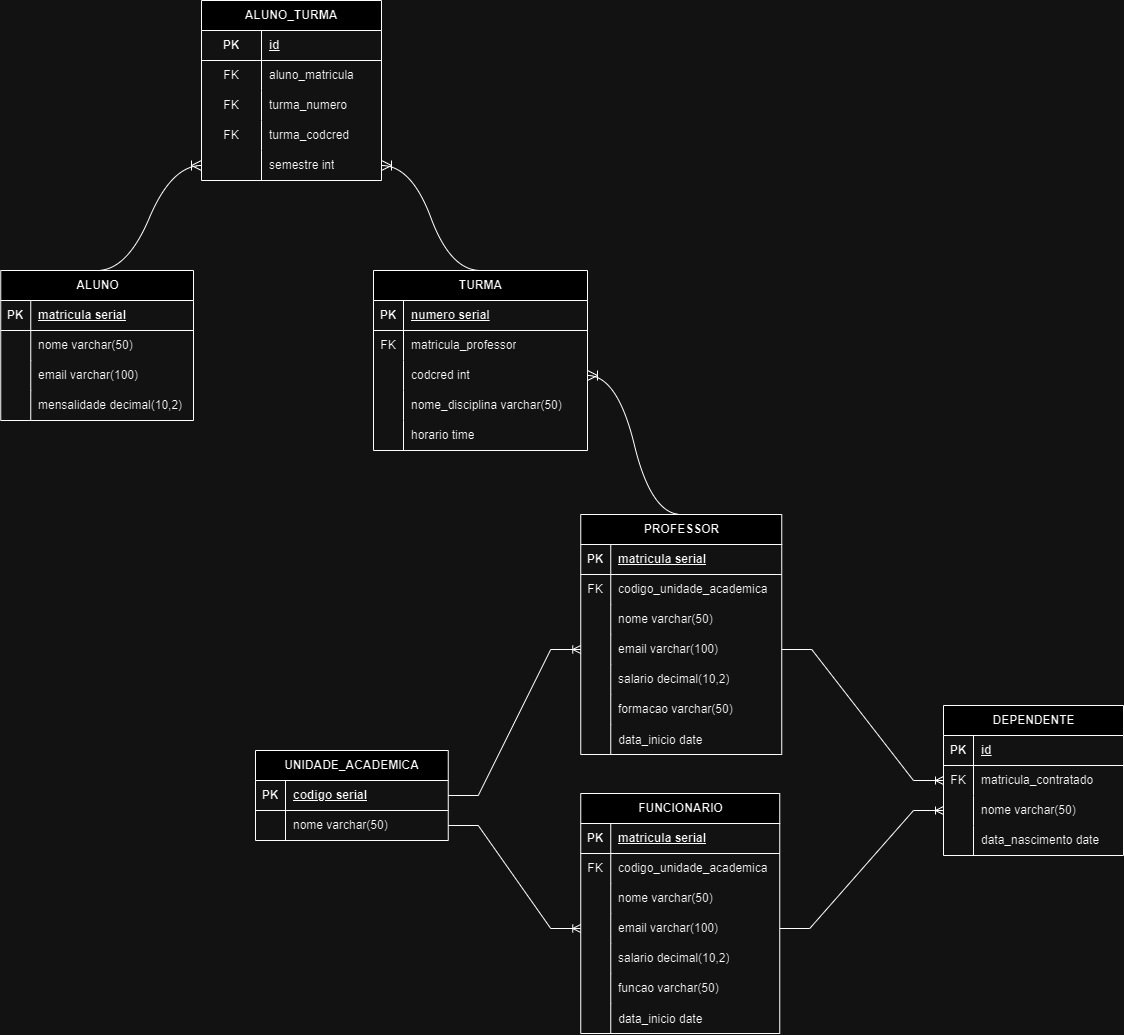
Above: Banco de dados/MER.png in igorosilva/projetos-ada (draw.io), before the change. Source tidied: cells renumbered, new cells last; positions are measured from the earlier drawing's top-left corner, leaving out a move shared by most shapes.
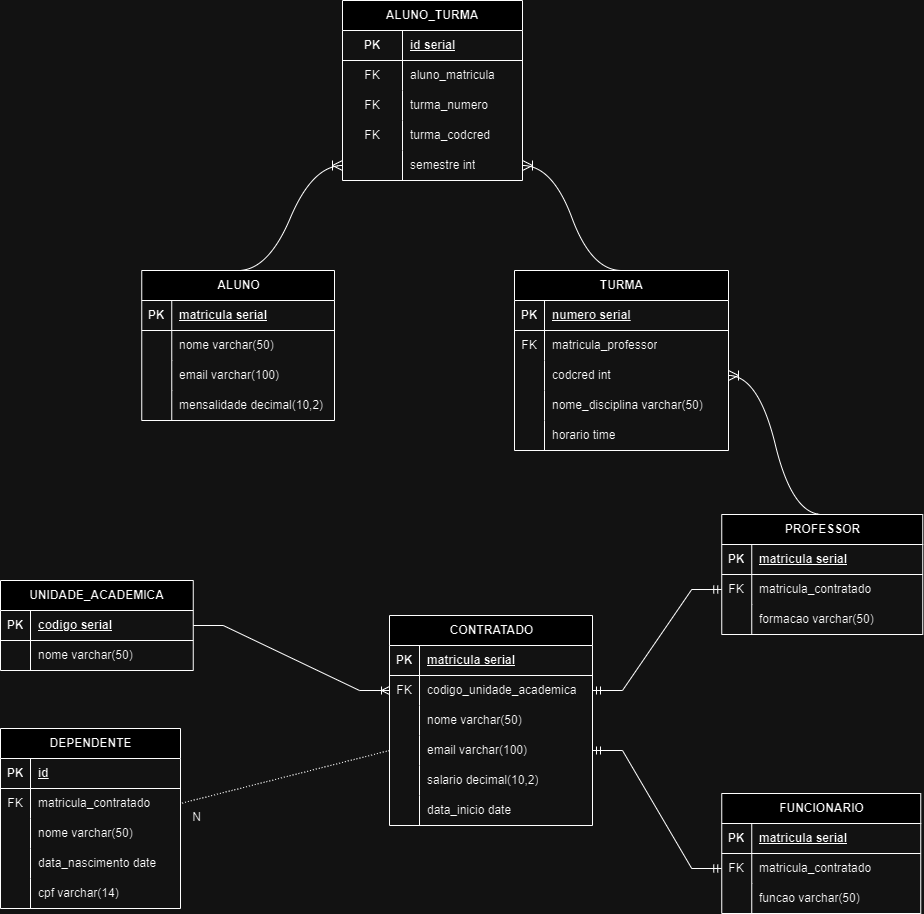
The same diagram one commit later.

The edit, as a diff of the source:
```diff
@@ -44,3 +44,3 @@
     <mxCell id="15" value="PROFESSOR" style="shape=table;startSize=30;rowLines=0;fontStyle=1;align=center;html=1;" parent="1" vertex="1">
-      <mxGeometry x="580.2" y="514" width="201" height="240" as="geometry" />
+      <mxGeometry x="580.2" y="514" width="201" height="120" as="geometry" />
     </mxCell>
@@ -61,34 +61,7 @@
     </mxCell>
-    <mxCell id="21" value="codigo_unidade_academica" style="shape=partialRectangle;fillColor=none;top=0;left=0;bottom=0;right=0;align=left;spacingLeft=6;fontStyle=0;overflow=hidden;whiteSpace=wrap;html=1;" parent="19" vertex="1">
+    <mxCell id="21" value="matricula_contratado" style="shape=partialRectangle;fillColor=none;top=0;left=0;bottom=0;right=0;align=left;spacingLeft=6;fontStyle=0;overflow=hidden;whiteSpace=wrap;html=1;" parent="19" vertex="1">
       <mxGeometry x="30" width="171" height="30" as="geometry" />
     </mxCell>
-    <mxCell id="22" style="shape=tableRow;horizontal=0;startSize=0;swimlaneHead=0;swimlaneBody=0;fillColor=none;top=0;left=0;right=0;bottom=0;" parent="15" vertex="1">
-      <mxGeometry y="90" width="201" height="30" as="geometry" />
-    </mxCell>
-    <mxCell id="23" style="shape=partialRectangle;fillColor=none;top=0;left=0;bottom=0;right=0;overflow=hidden;whiteSpace=wrap;html=1;" parent="22" vertex="1">
-      <mxGeometry width="30" height="30" as="geometry" />
-    </mxCell>
-    <mxCell id="24" value="nome varchar(50)" style="shape=partialRectangle;fillColor=none;top=0;left=0;bottom=0;right=0;align=left;spacingLeft=6;overflow=hidden;whiteSpace=wrap;html=1;" parent="22" vertex="1">
-      <mxGeometry x="30" width="171" height="30" as="geometry" />
-    </mxCell>
-    <mxCell id="25" style="shape=tableRow;horizontal=0;startSize=0;swimlaneHead=0;swimlaneBody=0;fillColor=none;points=[[0,0.5],[1,0.5]];portConstraint=eastwest;top=0;left=0;right=0;bottom=0;" parent="15" vertex="1">
-      <mxGeometry y="120" width="201" height="30" as="geometry" />
-    </mxCell>
-    <mxCell id="26" style="shape=partialRectangle;fillColor=none;top=0;left=0;bottom=0;right=0;overflow=hidden;whiteSpace=wrap;html=1;" parent="25" vertex="1">
-      <mxGeometry width="30" height="30" as="geometry" />
-    </mxCell>
-    <mxCell id="27" value="email varchar(100)" style="shape=partialRectangle;fillColor=none;top=0;left=0;bottom=0;right=0;align=left;spacingLeft=6;overflow=hidden;whiteSpace=wrap;html=1;" parent="25" vertex="1">
-      <mxGeometry x="30" width="171" height="30" as="geometry" />
-    </mxCell>
-    <mxCell id="28" style="shape=tableRow;horizontal=0;startSize=0;swimlaneHead=0;swimlaneBody=0;fillColor=none;top=0;left=0;right=0;bottom=0;" parent="15" vertex="1">
-      <mxGeometry y="150" width="201" height="30" as="geometry" />
-    </mxCell>
-    <mxCell id="29" style="shape=partialRectangle;fillColor=none;top=0;left=0;bottom=0;right=0;overflow=hidden;whiteSpace=wrap;html=1;" parent="28" vertex="1">
-      <mxGeometry width="30" height="30" as="geometry" />
-    </mxCell>
-    <mxCell id="30" value="salario decimal(10,2)" style="shape=partialRectangle;fillColor=none;top=0;left=0;bottom=0;right=0;align=left;spacingLeft=6;overflow=hidden;whiteSpace=wrap;html=1;" parent="28" vertex="1">
-      <mxGeometry x="30" width="171" height="30" as="geometry" />
-    </mxCell>
     <mxCell id="31" style="shape=tableRow;horizontal=0;startSize=0;swimlaneHead=0;swimlaneBody=0;fillColor=none;top=0;left=0;right=0;bottom=0;" parent="15" vertex="1">
-      <mxGeometry y="180" width="201" height="30" as="geometry" />
+      <mxGeometry y="90" width="201" height="30" as="geometry" />
     </mxCell>
@@ -100,13 +73,4 @@
     </mxCell>
-    <mxCell id="34" style="shape=tableRow;horizontal=0;startSize=0;swimlaneHead=0;swimlaneBody=0;fillColor=none;top=0;left=0;right=0;bottom=0;" parent="15" vertex="1">
-      <mxGeometry y="210" width="201" height="30" as="geometry" />
-    </mxCell>
-    <mxCell id="35" style="shape=partialRectangle;fillColor=none;top=0;left=0;bottom=0;right=0;overflow=hidden;" parent="34" vertex="1">
-      <mxGeometry width="30" height="30" as="geometry" />
-    </mxCell>
-    <mxCell id="36" value="data_inicio date" style="shape=partialRectangle;fillColor=none;top=0;left=0;bottom=0;right=0;align=left;spacingLeft=6;overflow=hidden;" parent="34" vertex="1">
-      <mxGeometry x="30" width="171" height="30" as="geometry" />
-    </mxCell>
     <mxCell id="37" value="FUNCIONARIO" style="shape=table;startSize=30;rowLines=0;fontStyle=1;align=center;html=1;" parent="1" vertex="1">
-      <mxGeometry x="580.2" y="793" width="199" height="240" as="geometry" />
+      <mxGeometry x="580.2" y="793" width="199" height="120" as="geometry" />
     </mxCell>
@@ -127,34 +91,7 @@
     </mxCell>
-    <mxCell id="43" value="codigo_unidade_academica" style="shape=partialRectangle;fillColor=none;top=0;left=0;bottom=0;right=0;align=left;spacingLeft=6;fontStyle=0;overflow=hidden;whiteSpace=wrap;html=1;" parent="41" vertex="1">
+    <mxCell id="43" value="matricula_contratado" style="shape=partialRectangle;fillColor=none;top=0;left=0;bottom=0;right=0;align=left;spacingLeft=6;fontStyle=0;overflow=hidden;whiteSpace=wrap;html=1;" parent="41" vertex="1">
       <mxGeometry x="30" width="169" height="30" as="geometry" />
     </mxCell>
-    <mxCell id="44" style="shape=tableRow;horizontal=0;startSize=0;swimlaneHead=0;swimlaneBody=0;fillColor=none;top=0;left=0;right=0;bottom=0;" parent="37" vertex="1">
-      <mxGeometry y="90" width="199" height="30" as="geometry" />
-    </mxCell>
-    <mxCell id="45" style="shape=partialRectangle;fillColor=none;top=0;left=0;bottom=0;right=0;overflow=hidden;whiteSpace=wrap;html=1;" parent="44" vertex="1">
-      <mxGeometry width="30" height="30" as="geometry" />
-    </mxCell>
-    <mxCell id="46" value="nome varchar(50)" style="shape=partialRectangle;fillColor=none;top=0;left=0;bottom=0;right=0;align=left;spacingLeft=6;overflow=hidden;whiteSpace=wrap;html=1;" parent="44" vertex="1">
-      <mxGeometry x="30" width="169" height="30" as="geometry" />
-    </mxCell>
-    <mxCell id="47" style="shape=tableRow;horizontal=0;startSize=0;swimlaneHead=0;swimlaneBody=0;fillColor=none;points=[[0,0.5],[1,0.5]];portConstraint=eastwest;top=0;left=0;right=0;bottom=0;" parent="37" vertex="1">
-      <mxGeometry y="120" width="199" height="30" as="geometry" />
-    </mxCell>
-    <mxCell id="48" style="shape=partialRectangle;fillColor=none;top=0;left=0;bottom=0;right=0;overflow=hidden;whiteSpace=wrap;html=1;" parent="47" vertex="1">
-      <mxGeometry width="30" height="30" as="geometry" />
-    </mxCell>
-    <mxCell id="49" value="email varchar(100)" style="shape=partialRectangle;fillColor=none;top=0;left=0;bottom=0;right=0;align=left;spacingLeft=6;overflow=hidden;whiteSpace=wrap;html=1;" parent="47" vertex="1">
-      <mxGeometry x="30" width="169" height="30" as="geometry" />
-    </mxCell>
-    <mxCell id="50" style="shape=tableRow;horizontal=0;startSize=0;swimlaneHead=0;swimlaneBody=0;fillColor=none;top=0;left=0;right=0;bottom=0;" parent="37" vertex="1">
-      <mxGeometry y="150" width="199" height="30" as="geometry" />
-    </mxCell>
-    <mxCell id="51" style="shape=partialRectangle;fillColor=none;top=0;left=0;bottom=0;right=0;overflow=hidden;whiteSpace=wrap;html=1;" parent="50" vertex="1">
-      <mxGeometry width="30" height="30" as="geometry" />
-    </mxCell>
-    <mxCell id="52" value="salario decimal(10,2)" style="shape=partialRectangle;fillColor=none;top=0;left=0;bottom=0;right=0;align=left;spacingLeft=6;overflow=hidden;whiteSpace=wrap;html=1;" parent="50" vertex="1">
-      <mxGeometry x="30" width="169" height="30" as="geometry" />
-    </mxCell>
     <mxCell id="53" style="shape=tableRow;horizontal=0;startSize=0;swimlaneHead=0;swimlaneBody=0;fillColor=none;top=0;left=0;right=0;bottom=0;" parent="37" vertex="1">
-      <mxGeometry y="180" width="199" height="30" as="geometry" />
+      <mxGeometry y="90" width="199" height="30" as="geometry" />
     </mxCell>
@@ -166,13 +103,4 @@
     </mxCell>
-    <mxCell id="56" style="shape=tableRow;horizontal=0;startSize=0;swimlaneHead=0;swimlaneBody=0;fillColor=none;top=0;left=0;right=0;bottom=0;" parent="37" vertex="1">
-      <mxGeometry y="210" width="199" height="30" as="geometry" />
-    </mxCell>
-    <mxCell id="57" style="shape=partialRectangle;fillColor=none;top=0;left=0;bottom=0;right=0;overflow=hidden;" parent="56" vertex="1">
-      <mxGeometry width="30" height="30" as="geometry" />
-    </mxCell>
-    <mxCell id="58" value="data_inicio date" style="shape=partialRectangle;fillColor=none;top=0;left=0;bottom=0;right=0;align=left;spacingLeft=6;overflow=hidden;" parent="56" vertex="1">
-      <mxGeometry x="30" width="169" height="30" as="geometry" />
-    </mxCell>
     <mxCell id="59" value="UNIDADE_ACADEMICA" style="shape=table;startSize=30;rowLines=0;fontStyle=1;align=center;html=1;" parent="1" vertex="1">
-      <mxGeometry x="255" y="750" width="192.8" height="90" as="geometry" />
+      <mxGeometry x="-141" y="580" width="192.8" height="90" as="geometry" />
     </mxCell>
@@ -254,3 +182,3 @@
     <mxCell id="85" value="DEPENDENTE" style="shape=table;startSize=30;rowLines=0;fontStyle=1;align=center;html=1;" parent="1" vertex="1">
-      <mxGeometry x="943" y="705" width="180" height="150" as="geometry" />
+      <mxGeometry x="-141" y="728" width="180" height="180" as="geometry" />
     </mxCell>
@@ -292,2 +220,11 @@
     </mxCell>
+    <mxCell id="118" style="shape=tableRow;horizontal=0;startSize=0;swimlaneHead=0;swimlaneBody=0;fillColor=none;top=0;left=0;right=0;bottom=0;" parent="85" vertex="1">
+      <mxGeometry y="150" width="180" height="30" as="geometry" />
+    </mxCell>
+    <mxCell id="119" style="shape=partialRectangle;fillColor=none;top=0;left=0;bottom=0;right=0;overflow=hidden;whiteSpace=wrap;html=1;" parent="118" vertex="1">
+      <mxGeometry width="30" height="30" as="geometry" />
+    </mxCell>
+    <mxCell id="120" value="cpf varchar(14)" style="shape=partialRectangle;fillColor=none;top=0;left=0;bottom=0;right=0;align=left;spacingLeft=6;overflow=hidden;whiteSpace=wrap;html=1;" parent="118" vertex="1">
+      <mxGeometry x="30" width="150" height="30" as="geometry" />
+    </mxCell>
     <mxCell id="98" value="ALUNO_TURMA" style="shape=table;startSize=30;rowLines=0;fontStyle=1;align=center;html=1;whiteSpace=wrap;" parent="1" vertex="1">
@@ -301,3 +238,3 @@
     </mxCell>
-    <mxCell id="101" value="id" style="shape=partialRectangle;fillColor=none;top=0;left=0;bottom=0;right=0;align=left;spacingLeft=6;fontStyle=5;overflow=hidden;whiteSpace=wrap;html=1;" parent="99" vertex="1">
+    <mxCell id="101" value="id serial" style="shape=partialRectangle;fillColor=none;top=0;left=0;bottom=0;right=0;align=left;spacingLeft=6;fontStyle=5;overflow=hidden;whiteSpace=wrap;html=1;" parent="99" vertex="1">
       <mxGeometry x="60" width="120" height="30" as="geometry" />
@@ -340,18 +277,76 @@
     </mxCell>
-    <mxCell id="114" style="edgeStyle=entityRelationEdgeStyle;fontSize=12;html=1;endArrow=ERoneToMany;rounded=0;exitX=1;exitY=0.5;exitDx=0;exitDy=0;entryX=0;entryY=0.5;entryDx=0;entryDy=0;" parent="1" edge="1" source="60" target="25">
-      <mxGeometry relative="1" as="geometry" />
-    </mxCell>
-    <mxCell id="115" style="edgeStyle=entityRelationEdgeStyle;fontSize=12;html=1;endArrow=ERoneToMany;rounded=0;exitX=1;exitY=0.5;exitDx=0;exitDy=0;entryX=0;entryY=0.5;entryDx=0;entryDy=0;" parent="1" edge="1" source="63" target="47">
-      <mxGeometry relative="1" as="geometry" />
-    </mxCell>
-    <mxCell id="116" style="edgeStyle=entityRelationEdgeStyle;fontSize=12;html=1;endArrow=ERoneToMany;rounded=0;exitX=1;exitY=0.5;exitDx=0;exitDy=0;entryX=0;entryY=0.5;entryDx=0;entryDy=0;" parent="1" edge="1" source="25" target="89">
-      <mxGeometry relative="1" as="geometry" />
-    </mxCell>
-    <mxCell id="117" style="edgeStyle=entityRelationEdgeStyle;fontSize=12;html=1;endArrow=ERoneToMany;rounded=0;exitX=1;exitY=0.5;exitDx=0;exitDy=0;entryX=0;entryY=0.5;entryDx=0;entryDy=0;" parent="1" edge="1" source="47" target="92">
-      <mxGeometry relative="1" as="geometry">
-        <Array as="points">
-          <mxPoint x="1098" y="1292" />
-        </Array>
-      </mxGeometry>
-    </mxCell>
+    <mxCell id="121" value="CONTRATADO" style="shape=table;startSize=30;rowLines=0;fontStyle=1;align=center;html=1;" parent="1" vertex="1">
+      <mxGeometry x="248" y="615" width="203" height="210" as="geometry" />
+    </mxCell>
+    <mxCell id="122" style="shape=tableRow;horizontal=0;startSize=0;swimlaneHead=0;swimlaneBody=0;fillColor=none;top=0;left=0;right=0;bottom=1;" parent="121" vertex="1">
+      <mxGeometry y="30" width="203" height="30" as="geometry" />
+    </mxCell>
+    <mxCell id="123" value="PK" style="shape=partialRectangle;fillColor=none;top=0;left=0;bottom=0;right=0;fontStyle=1;overflow=hidden;whiteSpace=wrap;html=1;" parent="122" vertex="1">
+      <mxGeometry width="30" height="30" as="geometry" />
+    </mxCell>
+    <mxCell id="124" value="matricula serial" style="shape=partialRectangle;fillColor=none;top=0;left=0;bottom=0;right=0;align=left;spacingLeft=6;fontStyle=5;overflow=hidden;whiteSpace=wrap;html=1;" parent="122" vertex="1">
+      <mxGeometry x="30" width="173" height="30" as="geometry" />
+    </mxCell>
+    <mxCell id="125" style="shape=tableRow;horizontal=0;startSize=0;swimlaneHead=0;swimlaneBody=0;fillColor=none;points=[[0,0.5],[1,0.5]];portConstraint=eastwest;top=0;left=0;right=0;bottom=0;" parent="121" vertex="1">
+      <mxGeometry y="60" width="203" height="30" as="geometry" />
+    </mxCell>
+    <mxCell id="126" value="FK" style="shape=partialRectangle;fillColor=none;top=0;left=0;bottom=0;right=0;fontStyle=0;overflow=hidden;whiteSpace=wrap;html=1;" parent="125" vertex="1">
+      <mxGeometry width="30" height="30" as="geometry" />
+    </mxCell>
+    <mxCell id="127" value="codigo_unidade_academica" style="shape=partialRectangle;fillColor=none;top=0;left=0;bottom=0;right=0;align=left;spacingLeft=6;fontStyle=0;overflow=hidden;whiteSpace=wrap;html=1;" parent="125" vertex="1">
+      <mxGeometry x="30" width="173" height="30" as="geometry" />
+    </mxCell>
+    <mxCell id="128" style="shape=tableRow;horizontal=0;startSize=0;swimlaneHead=0;swimlaneBody=0;fillColor=none;top=0;left=0;right=0;bottom=0;" parent="121" vertex="1">
+      <mxGeometry y="90" width="203" height="30" as="geometry" />
+    </mxCell>
+    <mxCell id="129" style="shape=partialRectangle;fillColor=none;top=0;left=0;bottom=0;right=0;overflow=hidden;whiteSpace=wrap;html=1;" parent="128" vertex="1">
+      <mxGeometry width="30" height="30" as="geometry" />
+    </mxCell>
+    <mxCell id="130" value="nome varchar(50)" style="shape=partialRectangle;fillColor=none;top=0;left=0;bottom=0;right=0;align=left;spacingLeft=6;overflow=hidden;whiteSpace=wrap;html=1;" parent="128" vertex="1">
+      <mxGeometry x="30" width="173" height="30" as="geometry" />
+    </mxCell>
+    <mxCell id="131" style="shape=tableRow;horizontal=0;startSize=0;swimlaneHead=0;swimlaneBody=0;fillColor=none;points=[[0,0.5],[1,0.5]];portConstraint=eastwest;top=0;left=0;right=0;bottom=0;" parent="121" vertex="1">
+      <mxGeometry y="120" width="203" height="30" as="geometry" />
+    </mxCell>
+    <mxCell id="132" style="shape=partialRectangle;fillColor=none;top=0;left=0;bottom=0;right=0;overflow=hidden;whiteSpace=wrap;html=1;" parent="131" vertex="1">
+      <mxGeometry width="30" height="30" as="geometry" />
+    </mxCell>
+    <mxCell id="133" value="email varchar(100)" style="shape=partialRectangle;fillColor=none;top=0;left=0;bottom=0;right=0;align=left;spacingLeft=6;overflow=hidden;whiteSpace=wrap;html=1;" parent="131" vertex="1">
+      <mxGeometry x="30" width="173" height="30" as="geometry" />
+    </mxCell>
+    <mxCell id="134" style="shape=tableRow;horizontal=0;startSize=0;swimlaneHead=0;swimlaneBody=0;fillColor=none;top=0;left=0;right=0;bottom=0;" parent="121" vertex="1">
+      <mxGeometry y="150" width="203" height="30" as="geometry" />
+    </mxCell>
+    <mxCell id="135" style="shape=partialRectangle;fillColor=none;top=0;left=0;bottom=0;right=0;overflow=hidden;whiteSpace=wrap;html=1;" parent="134" vertex="1">
+      <mxGeometry width="30" height="30" as="geometry" />
+    </mxCell>
+    <mxCell id="136" value="salario decimal(10,2)" style="shape=partialRectangle;fillColor=none;top=0;left=0;bottom=0;right=0;align=left;spacingLeft=6;overflow=hidden;whiteSpace=wrap;html=1;" parent="134" vertex="1">
+      <mxGeometry x="30" width="173" height="30" as="geometry" />
+    </mxCell>
+    <mxCell id="137" style="shape=tableRow;horizontal=0;startSize=0;swimlaneHead=0;swimlaneBody=0;fillColor=none;top=0;left=0;right=0;bottom=0;" parent="121" vertex="1">
+      <mxGeometry y="180" width="203" height="30" as="geometry" />
+    </mxCell>
+    <mxCell id="138" style="shape=partialRectangle;fillColor=none;top=0;left=0;bottom=0;right=0;overflow=hidden;whiteSpace=wrap;html=1;" parent="137" vertex="1">
+      <mxGeometry width="30" height="30" as="geometry" />
+    </mxCell>
+    <mxCell id="139" value="data_inicio date" style="shape=partialRectangle;fillColor=none;top=0;left=0;bottom=0;right=0;align=left;spacingLeft=6;overflow=hidden;whiteSpace=wrap;html=1;" parent="137" vertex="1">
+      <mxGeometry x="30" width="173" height="30" as="geometry" />
+    </mxCell>
+    <mxCell id="140" style="endArrow=none;html=1;rounded=0;dashed=1;dashPattern=1 2;entryX=1;entryY=0.5;entryDx=0;entryDy=0;exitX=0;exitY=0.5;exitDx=0;exitDy=0;" parent="1" edge="1" source="131" target="89">
+      <mxGeometry relative="1" as="geometry" />
+    </mxCell>
+    <mxCell id="141" value="N" style="html=1;whiteSpace=wrap;align=right;verticalAlign=bottom;" parent="140" vertex="1">
+      <mxGeometry x="1" relative="1" as="geometry">
+        <mxPoint x="22" y="22" as="offset" />
+      </mxGeometry>
+    </mxCell>
+    <mxCell id="142" style="edgeStyle=entityRelationEdgeStyle;fontSize=12;html=1;endArrow=ERoneToMany;rounded=0;exitX=1;exitY=0.5;exitDx=0;exitDy=0;entryX=0;entryY=0.5;entryDx=0;entryDy=0;" parent="1" edge="1" source="60" target="125">
+      <mxGeometry relative="1" as="geometry" />
+    </mxCell>
+    <mxCell id="143" style="edgeStyle=entityRelationEdgeStyle;fontSize=12;html=1;endArrow=ERmandOne;startArrow=ERmandOne;rounded=0;exitX=1;exitY=0.5;exitDx=0;exitDy=0;entryX=0;entryY=0.5;entryDx=0;entryDy=0;" parent="1" edge="1" source="125" target="19">
+      <mxGeometry relative="1" as="geometry" />
+    </mxCell>
+    <mxCell id="144" style="edgeStyle=entityRelationEdgeStyle;fontSize=12;html=1;endArrow=ERmandOne;startArrow=ERmandOne;rounded=0;exitX=1;exitY=0.5;exitDx=0;exitDy=0;entryX=0;entryY=0.5;entryDx=0;entryDy=0;" parent="1" edge="1" source="131" target="41">
+      <mxGeometry relative="1" as="geometry" />
+    </mxCell>
   </root>
```
